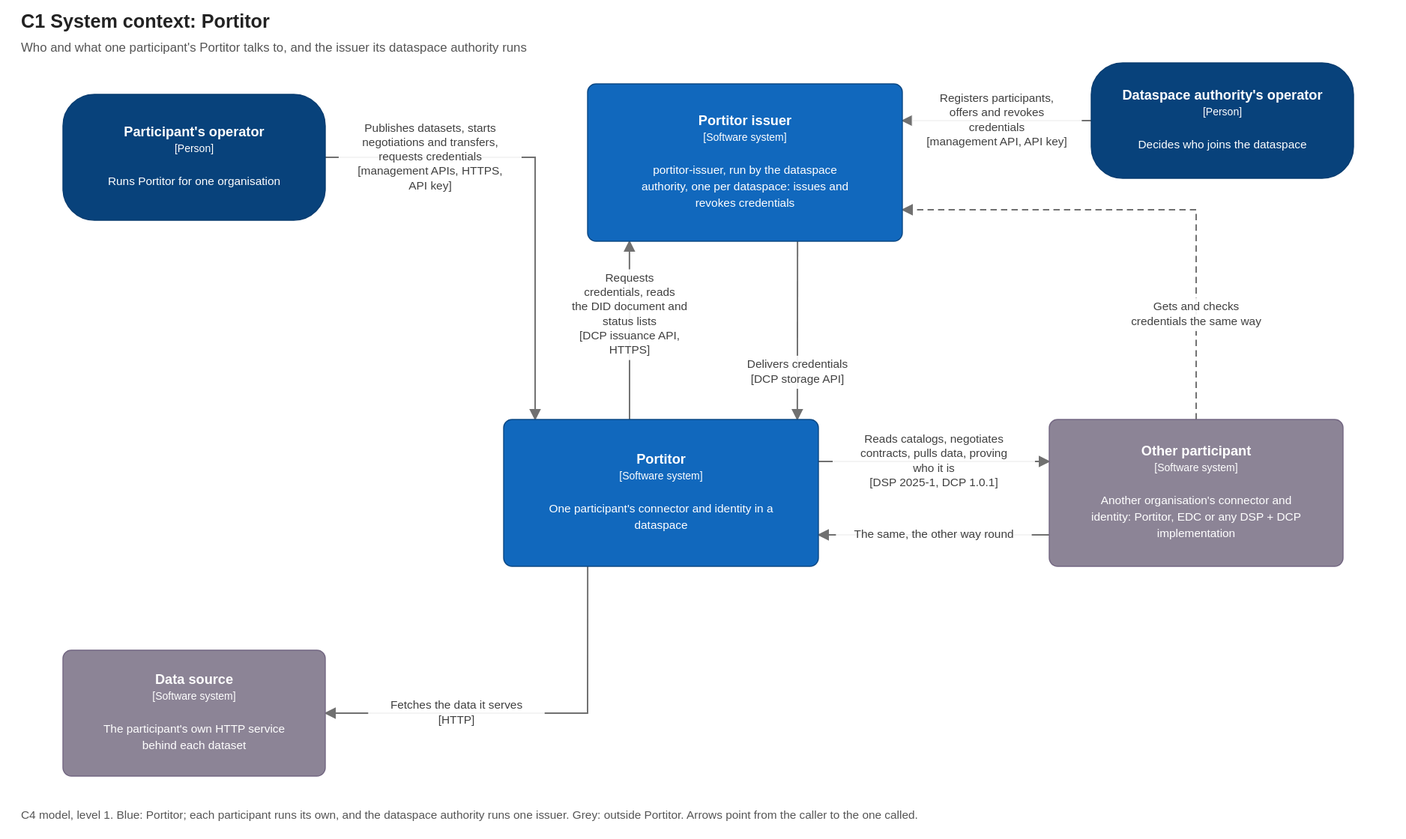
Earlier version of the draw.io export docs/diagrams/c1-system-context.drawio.svg (brunopacheco1/ldsc). Source tidied: cells renumbered, new cells last; positions are measured from the earlier drawing's top-left corner, leaving out a move shared by most shapes.
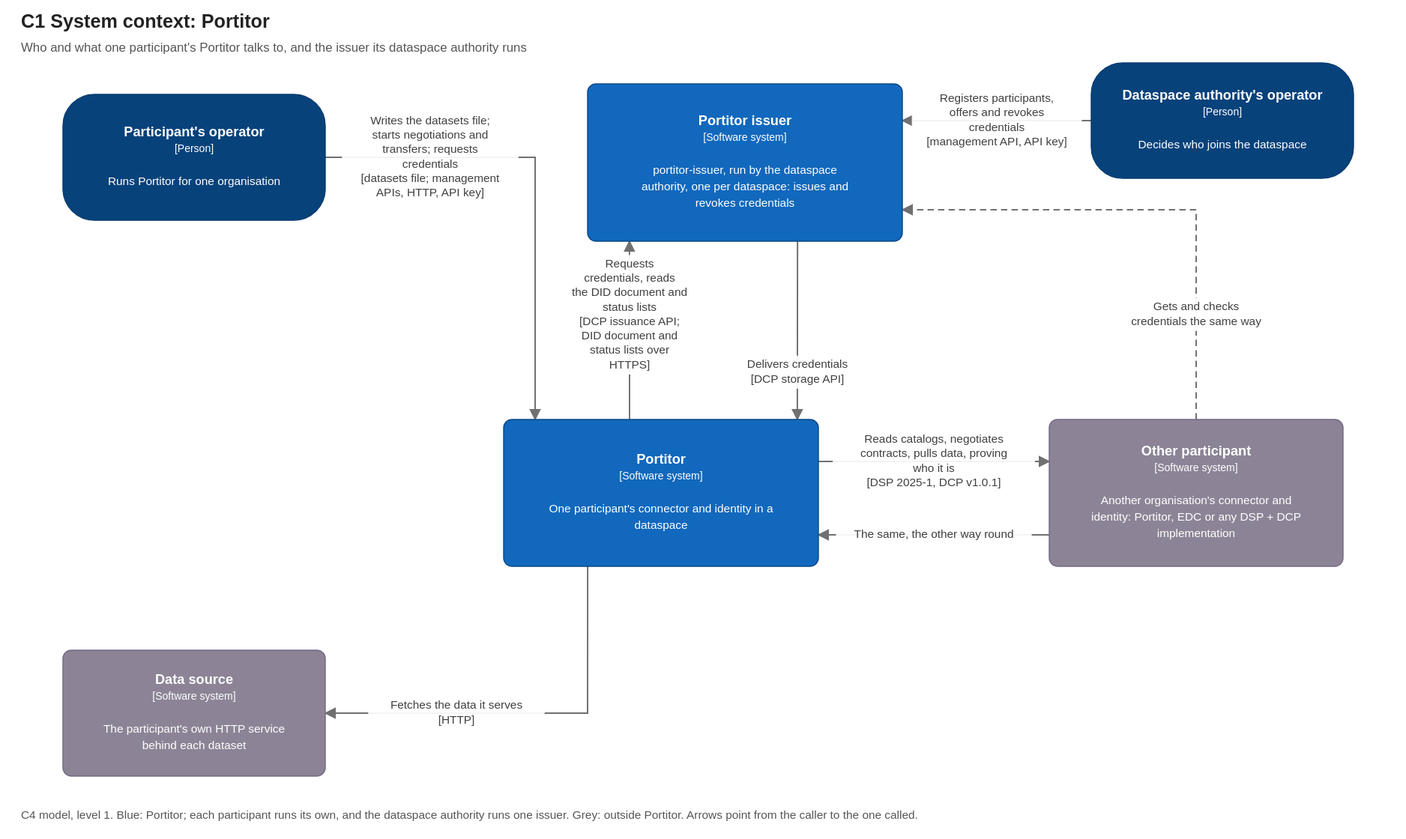
The same file after the commit.

Diff of the diagram source:
```diff
@@ -20,14 +20,14 @@
     <mxCell id="7" value="&lt;b&gt;Data source&lt;/b&gt;&lt;br&gt;&lt;font style=&quot;font-size:10px&quot;&gt;[Software system]&lt;/font&gt;&lt;br&gt;&lt;br&gt;&lt;font style=&quot;font-size:11px&quot;&gt;The participant&amp;#x27;s own HTTP service behind each dataset&lt;/font&gt;" style="rounded=1;arcSize=8;whiteSpace=wrap;html=1;fillColor=#8C8496;strokeColor=#736782;fontColor=#FFFFFF;fontSize=13;align=center;verticalAlign=middle;c4Kind=external;c4Name=Data source;" parent="1" vertex="1">
       <mxGeometry x="40" y="560" width="250" height="120" as="geometry" />
     </mxCell>
-    <mxCell id="8" value="Publishes datasets, starts negotiations and transfers, requests credentials&#10;[management APIs, HTTPS, API key]" style="endArrow=blockThin;endFill=1;html=1;rounded=0;strokeColor=#707070;fontSize=11;fontColor=#404040;labelBackgroundColor=#FFFFFF;exitX=1.000;exitY=0.500;exitPerimeter=0;entryX=0.100;entryY=0.000;entryPerimeter=0;" parent="1" edge="1" source="2" target="5">
+    <mxCell id="8" value="Writes the datasets file; starts negotiations and transfers; requests credentials&#10;[datasets file; management APIs, HTTP, API key]" style="endArrow=blockThin;endFill=1;html=1;rounded=0;strokeColor=#707070;fontSize=11;fontColor=#404040;labelBackgroundColor=#FFFFFF;exitX=1.000;exitY=0.500;exitPerimeter=0;entryX=0.100;entryY=0.000;entryPerimeter=0;" parent="1" edge="1" source="2" target="5">
       <mxGeometry relative="1" as="geometry">
         <Array as="points">
           <mxPoint x="490" y="90" />
         </Array>
       </mxGeometry>
     </mxCell>
-    <mxCell id="9" value="Requests credentials, reads the DID document and status lists&#10;[DCP issuance API, HTTPS]" style="endArrow=blockThin;endFill=1;html=1;rounded=0;strokeColor=#707070;fontSize=11;fontColor=#404040;labelBackgroundColor=#FFFFFF;exitX=0.400;exitY=0.000;exitPerimeter=0;entryX=0.133;entryY=1.000;entryPerimeter=0;" parent="1" edge="1" source="5" target="3">
+    <mxCell id="9" value="Requests credentials, reads the DID document and status lists&#10;[DCP issuance API; DID document and status lists over HTTPS]" style="endArrow=blockThin;endFill=1;html=1;rounded=0;strokeColor=#707070;fontSize=11;fontColor=#404040;labelBackgroundColor=#FFFFFF;exitX=0.400;exitY=0.000;exitPerimeter=0;entryX=0.133;entryY=1.000;entryPerimeter=0;" parent="1" edge="1" source="5" target="3">
       <mxGeometry relative="1" as="geometry" />
     </mxCell>
     <mxCell id="10" value="Delivers credentials&#10;[DCP storage API]" style="endArrow=blockThin;endFill=1;html=1;rounded=0;strokeColor=#707070;fontSize=11;fontColor=#404040;labelBackgroundColor=#FFFFFF;exitX=0.667;exitY=1.000;exitPerimeter=0;entryX=0.933;entryY=0.000;entryPerimeter=0;" parent="1" edge="1" source="3" target="5">
@@ -36,7 +36,7 @@
     <mxCell id="11" value="Registers participants, offers and revokes credentials&#10;[management API, API key]" style="endArrow=blockThin;endFill=1;html=1;rounded=0;strokeColor=#707070;fontSize=11;fontColor=#404040;labelBackgroundColor=#FFFFFF;exitX=0.000;exitY=0.500;exitPerimeter=0;entryX=1.000;entryY=0.233;entryPerimeter=0;" parent="1" edge="1" source="4" target="3">
       <mxGeometry relative="1" as="geometry" />
     </mxCell>
-    <mxCell id="12" value="Reads catalogs, negotiates contracts, pulls data, proving who it is&#10;[DSP 2025-1, DCP 1.0.1]" style="endArrow=blockThin;endFill=1;html=1;rounded=0;strokeColor=#707070;fontSize=11;fontColor=#404040;labelBackgroundColor=#FFFFFF;exitX=1.000;exitY=0.286;exitPerimeter=0;entryX=0.000;entryY=0.286;entryPerimeter=0;" parent="1" edge="1" source="5" target="6">
+    <mxCell id="12" value="Reads catalogs, negotiates contracts, pulls data, proving who it is&#10;[DSP 2025-1, DCP v1.0.1]" style="endArrow=blockThin;endFill=1;html=1;rounded=0;strokeColor=#707070;fontSize=11;fontColor=#404040;labelBackgroundColor=#FFFFFF;exitX=1.000;exitY=0.286;exitPerimeter=0;entryX=0.000;entryY=0.286;entryPerimeter=0;" parent="1" edge="1" source="5" target="6">
       <mxGeometry relative="1" as="geometry" />
     </mxCell>
     <mxCell id="13" value="The same, the other way round" style="endArrow=blockThin;endFill=1;html=1;rounded=0;strokeColor=#707070;fontSize=11;fontColor=#404040;labelBackgroundColor=#FFFFFF;exitX=0.000;exitY=0.786;exitPerimeter=0;entryX=1.000;entryY=0.786;entryPerimeter=0;" parent="1" edge="1" source="6" target="5">
```
